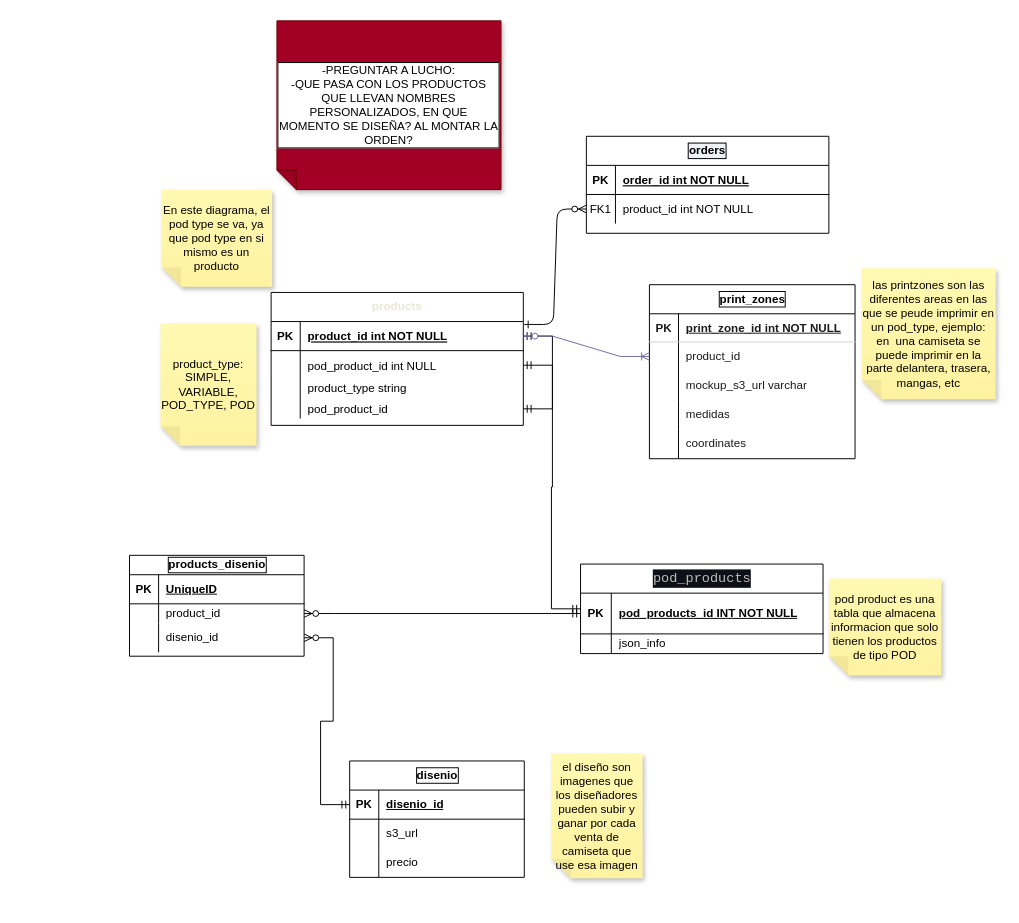
The draw.io diagram page "DER NUEVO" (2 of 7) of diagrams/MER-pod.drawio in jhaineymilevis/pod, before the edit. Source tidied: cells renumbered, new cells numbered last; positions are measured from the earlier drawing's top-left corner, leaving out a move shared by most shapes. Both pictures are drawn from the tidied source at 97%, with x=0, y=0 at pixel (129, 20).
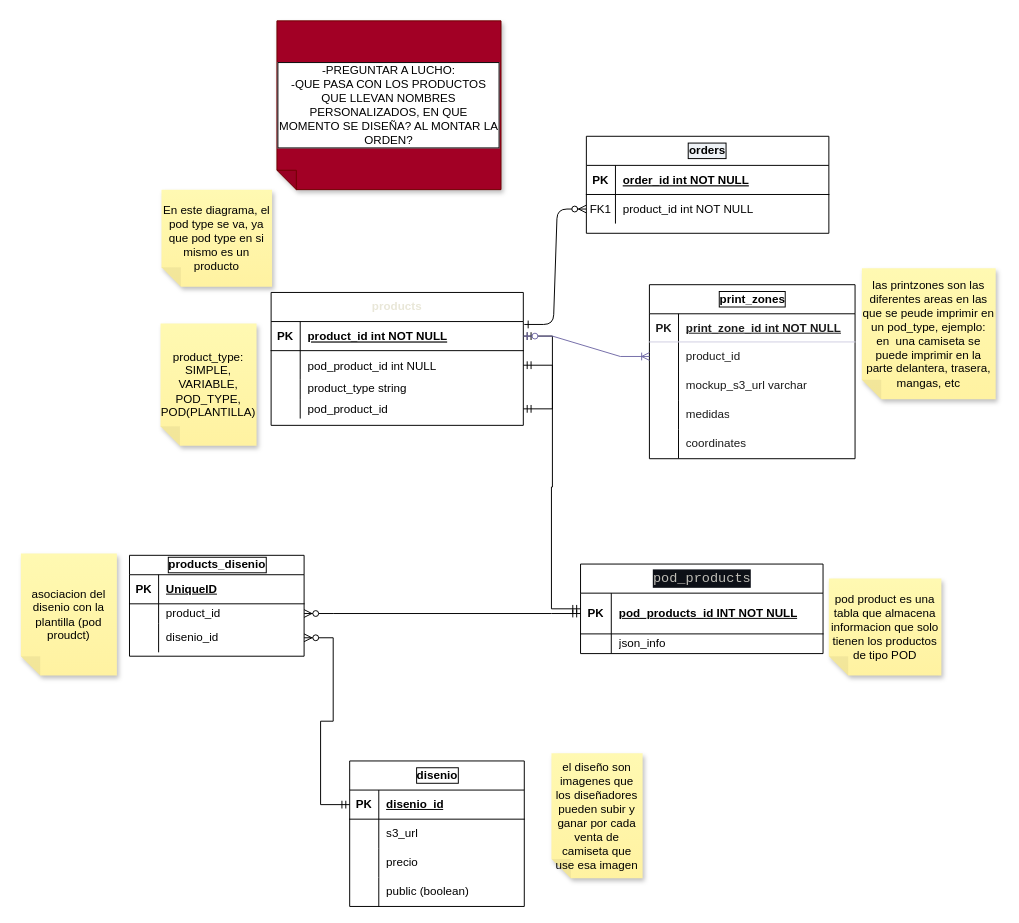
After the change.

The edit, as a diff of the source:
```diff
@@
-    <mxCell id="13" value="product_type: SIMPLE, VARIABLE, POD_TYPE, POD" style="shape=note;whiteSpace=wrap;html=1;backgroundOutline=1;fontColor=#000000;darkOpacity=0.05;fillColor=#FFF9B2;strokeColor=none;fillStyle=solid;direction=west;gradientDirection=north;gradientColor=#FFF2A1;shadow=1;size=20;" parent="1" vertex="1">
+    <mxCell id="13" value="product_type: SIMPLE, VARIABLE, POD_TYPE, POD(PLANTILLA)" style="shape=note;whiteSpace=wrap;html=1;backgroundOutline=1;fontColor=#000000;darkOpacity=0.05;fillColor=#FFF9B2;strokeColor=none;fillStyle=solid;direction=west;gradientDirection=north;gradientColor=#FFF2A1;shadow=1;size=20;" parent="1" vertex="1">
       <mxGeometry x="32" y="312" width="99" height="126" as="geometry" />
     </mxCell>
     <mxCell id="14" value="disenio" style="shape=table;startSize=30;childLayout=tableLayout;rowLines=0;fontStyle=1;align=center;html=1;labelBackgroundColor=default;labelBorderColor=default;" parent="1" vertex="1">
-      <mxGeometry x="227" y="763" width="180" height="120" as="geometry" />
+      <mxGeometry x="227" y="763" width="180" height="150" as="geometry" />
     </mxCell>
@@
+    <mxCell id="77" style="shape=tableRow;horizontal=0;startSize=0;swimlaneHead=0;swimlaneBody=0;fillColor=none;top=0;left=0;right=0;bottom=0;" parent="14" vertex="1">
+      <mxGeometry y="120" width="180" height="30" as="geometry" />
+    </mxCell>
+    <mxCell id="78" style="shape=partialRectangle;fillColor=none;top=0;left=0;bottom=0;right=0;overflow=hidden;whiteSpace=wrap;html=1;" parent="77" vertex="1">
+      <mxGeometry width="30" height="30" as="geometry" />
+    </mxCell>
+    <mxCell id="79" value="public (boolean)" style="shape=partialRectangle;fillColor=none;top=0;left=0;bottom=0;right=0;align=left;spacingLeft=6;overflow=hidden;whiteSpace=wrap;html=1;" parent="77" vertex="1">
+      <mxGeometry x="30" width="150" height="30" as="geometry" />
+    </mxCell>
@@
+    <mxCell id="80" value="asociacion del disenio con la plantilla (pod proudct)" style="shape=note;whiteSpace=wrap;html=1;backgroundOutline=1;fontColor=#000000;darkOpacity=0.05;fillColor=#FFF9B2;strokeColor=none;fillStyle=solid;direction=west;gradientDirection=north;gradientColor=#FFF2A1;shadow=1;size=20;" parent="1" vertex="1">
+      <mxGeometry x="-112" y="549" width="99" height="126" as="geometry" />
+    </mxCell>
```
